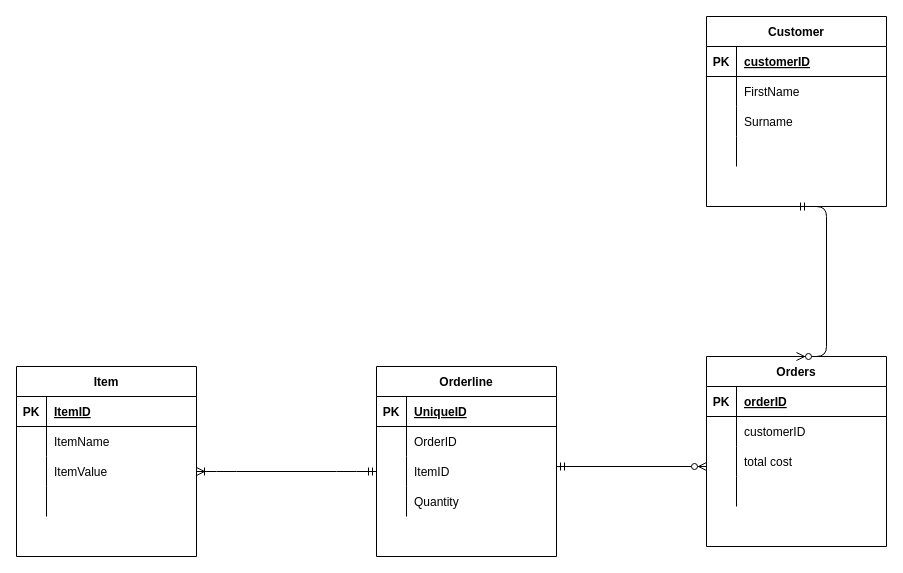
The draw.io diagram ERD/Rob IMS ERD.drawio in RobertTolleyQA/ims-demo, before the edit. Source tidied: cells renumbered, new cells numbered last; positions are measured from the earlier drawing's top-left corner, leaving out a move shared by most shapes. Both pictures are drawn from the tidied source at 100%, with x=0, y=0 at pixel (16, 16).
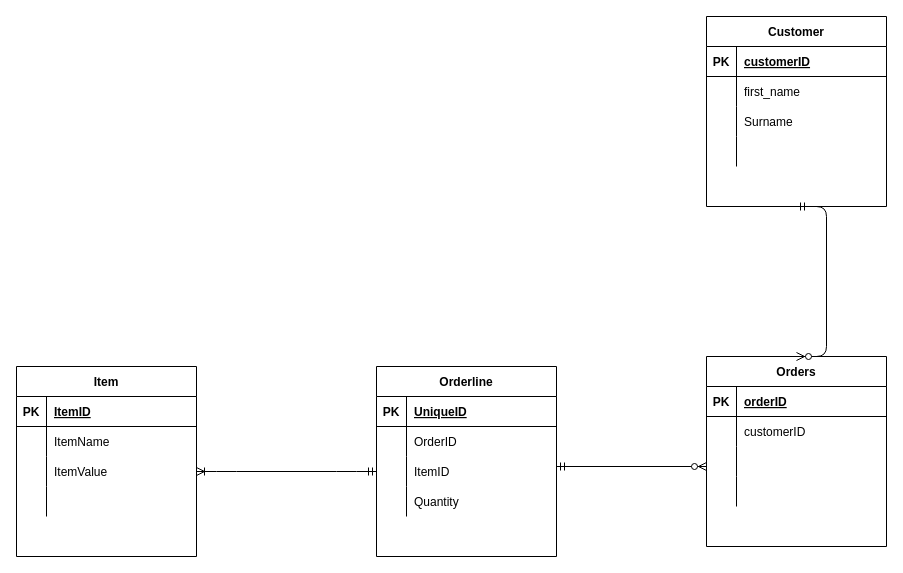
The same page after the edit.

The change refers to these unchanged cells:
```xml
<mxCell id="23" style="shape=partialRectangle;fillColor=none;top=0;left=0;bottom=0;right=0;" parent="16" vertex="1">
  <mxGeometry y="90" width="180" height="30" as="geometry" />
</mxCell>
<mxCell id="49" style="shape=partialRectangle;fillColor=none;top=0;left=0;bottom=0;right=0;" parent="45" vertex="1">
  <mxGeometry y="60" width="180" height="30" as="geometry" />
</mxCell>
```

The edit, as a diff of the source:
```diff
@@
-    <mxCell id="25" value="total cost" style="shape=partialRectangle;fillColor=none;top=0;left=0;bottom=0;right=0;align=left;spacingLeft=6;overflow=hidden;" parent="23" vertex="1">
+    <mxCell id="25" style="shape=partialRectangle;fillColor=none;top=0;left=0;bottom=0;right=0;align=left;spacingLeft=6;overflow=hidden;" parent="23" vertex="1">
       <mxGeometry x="30" width="150" height="30" as="geometry" />
     </mxCell>
@@
-    <mxCell id="51" value="FirstName" style="shape=partialRectangle;fillColor=none;top=0;left=0;bottom=0;right=0;align=left;spacingLeft=6;overflow=hidden;" parent="49" vertex="1">
+    <mxCell id="51" value="first_name" style="shape=partialRectangle;fillColor=none;top=0;left=0;bottom=0;right=0;align=left;spacingLeft=6;overflow=hidden;" parent="49" vertex="1">
       <mxGeometry x="30" width="150" height="30" as="geometry" />
     </mxCell>
```
